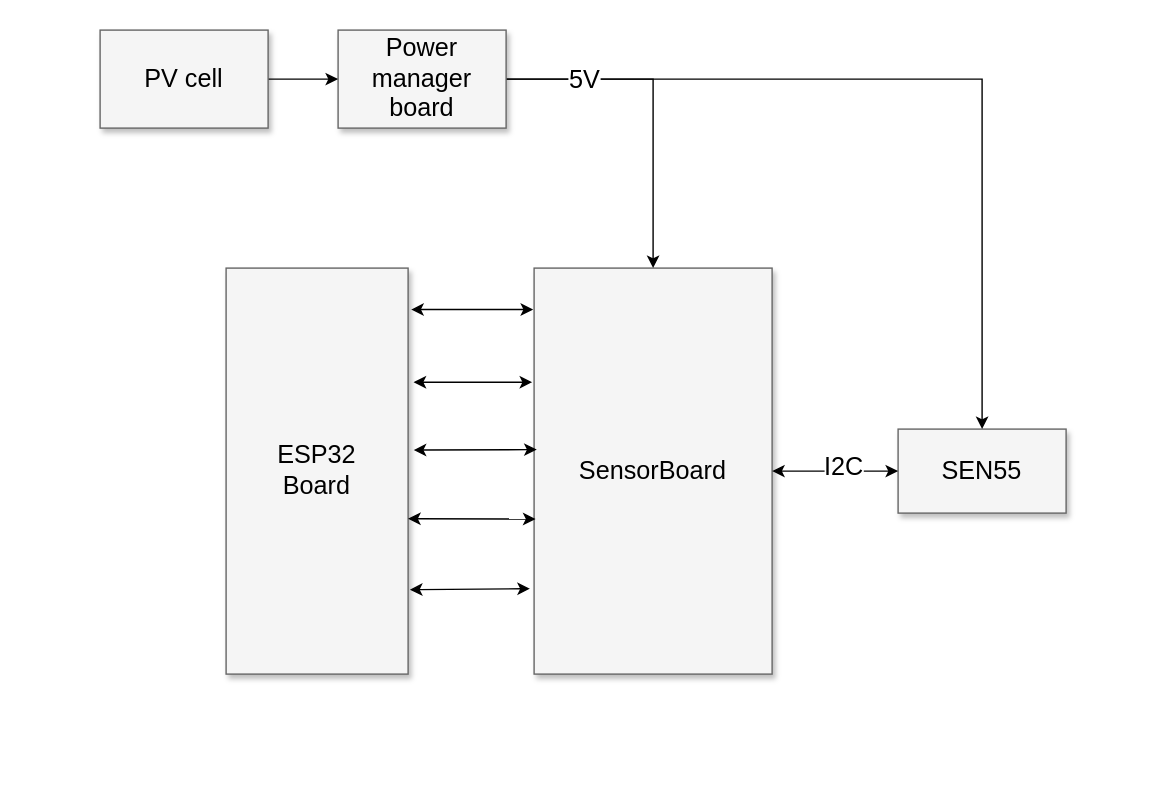
The draw.io diagram blokschema.drawio in JokerIsMyBae/AirQualityHoboken, before the edit. Source tidied: cells renumbered, new cells numbered last; positions are measured from the earlier drawing's top-left corner, leaving out a move shared by most shapes. Both pictures are drawn from the tidied source at 140%, with x=0, y=0 at pixel (99, 29).
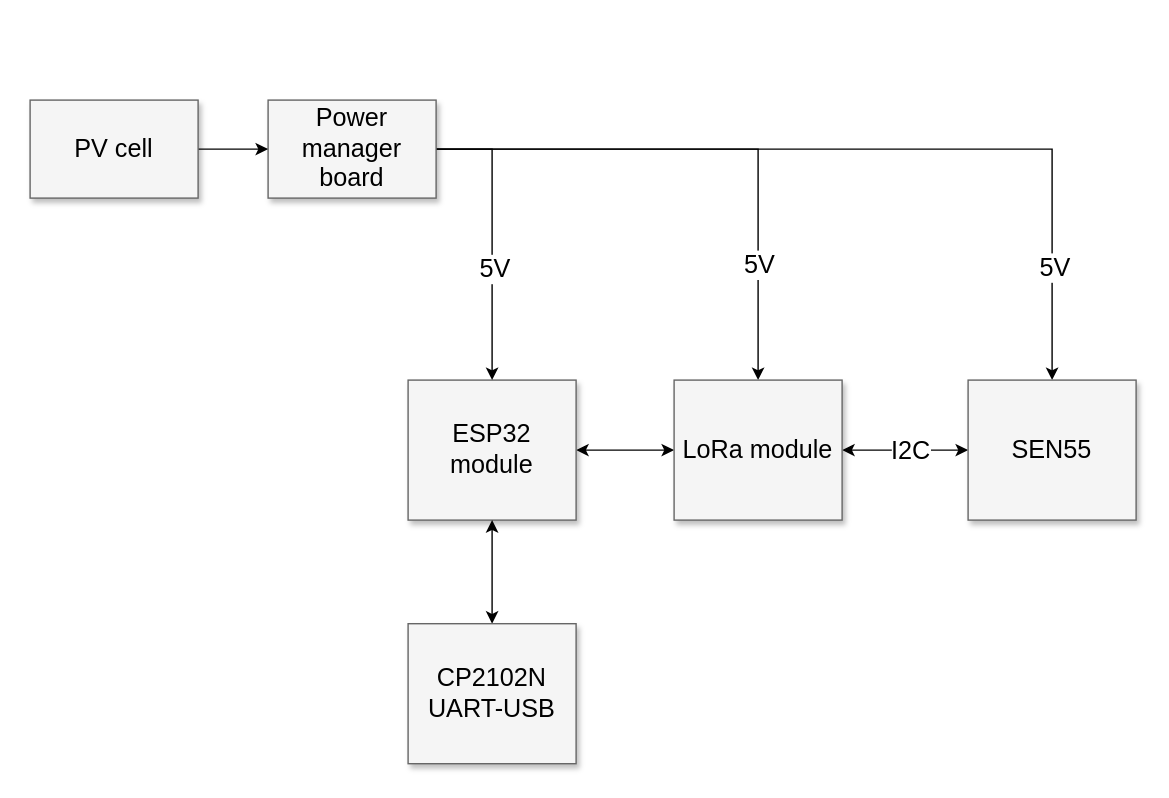
The same page after the edit.

Unchanged cells that the change refers to:
```xml
<mxCell id="13" style="edgeStyle=orthogonalEdgeStyle;rounded=0;jettySize=auto;html=1;entryX=0.5;entryY=0;entryDx=0;entryDy=0;" parent="1" edge="1" source="15" target="3">
  <mxGeometry relative="1" as="geometry" />
</mxCell>
```

Change to the diagram source:
```diff
@@
-    <mxCell id="2" value="SensorBoard" style="whiteSpace=wrap;html=1;shadow=1;fontSize=18;fillColor=#f5f5f5;strokeColor=#666666;" parent="1" vertex="1">
-      <mxGeometry x="310" y="170" width="170" height="290" as="geometry" />
-    </mxCell>
-    <mxCell id="3" value="&lt;span&gt;SEN55&lt;/span&gt;" style="whiteSpace=wrap;html=1;shadow=1;fontSize=18;fillColor=#f5f5f5;strokeColor=#666666;" parent="1" vertex="1">
-      <mxGeometry x="570" y="285" width="120" height="60" as="geometry" />
-    </mxCell>
+    <mxCell id="18" style="edgeStyle=orthogonalEdgeStyle;rounded=0;jettySize=auto;html=1;startArrow=classic;startFill=1;" parent="1" edge="1" source="4" target="22">
+      <mxGeometry relative="1" as="geometry" />
+    </mxCell>
-    <mxCell id="4" value="ESP32&lt;br&gt;Board" style="whiteSpace=wrap;html=1;shadow=1;fontSize=18;fillColor=#f5f5f5;strokeColor=#666666;" parent="1" vertex="1">
-      <mxGeometry x="90" y="170" width="130" height="290" as="geometry" />
+    <mxCell id="4" value="ESP32&lt;br&gt;module" style="whiteSpace=wrap;html=1;shadow=1;fontSize=18;fillColor=#f5f5f5;strokeColor=#666666;" parent="1" vertex="1">
+      <mxGeometry x="220" y="250" width="120" height="100" as="geometry" />
     </mxCell>
-    <mxCell id="5" style="endArrow=classic;html=1;rounded=0;fontSize=26;exitX=1.017;exitY=0.102;exitDx=0;exitDy=0;exitPerimeter=0;entryX=-0.004;entryY=0.102;entryDx=0;entryDy=0;entryPerimeter=0;startArrow=classic;startFill=1;" parent="1" edge="1" source="4" target="2">
-      <mxGeometry relative="1" as="geometry" />
-    </mxCell>
-    <mxCell id="6" style="endArrow=classic;html=1;rounded=0;fontSize=26;exitX=1.03;exitY=0.281;exitDx=0;exitDy=0;exitPerimeter=0;entryX=-0.008;entryY=0.281;entryDx=0;entryDy=0;entryPerimeter=0;startArrow=classic;startFill=1;" parent="1" edge="1" source="4" target="2">
-      <mxGeometry relative="1" as="geometry" />
-    </mxCell>
-    <mxCell id="7" style="endArrow=classic;html=1;rounded=0;fontSize=26;entryX=0.011;entryY=0.447;entryDx=0;entryDy=0;entryPerimeter=0;startArrow=classic;startFill=1;" parent="1" edge="1" target="2">
-      <mxGeometry relative="1" as="geometry">
-        <mxPoint x="224" y="300" as="sourcePoint" />
-      </mxGeometry>
-    </mxCell>
-    <mxCell id="8" style="endArrow=classic;html=1;rounded=0;fontSize=26;entryX=0.006;entryY=0.618;entryDx=0;entryDy=0;entryPerimeter=0;startArrow=classic;startFill=1;" parent="1" edge="1" target="2">
-      <mxGeometry relative="1" as="geometry">
-        <mxPoint x="220" y="349" as="sourcePoint" />
-      </mxGeometry>
-    </mxCell>
-    <mxCell id="9" style="endArrow=classic;html=1;rounded=0;fontSize=26;exitX=1.01;exitY=0.792;exitDx=0;exitDy=0;exitPerimeter=0;startArrow=classic;startFill=1;" parent="1" edge="1" source="4">
-      <mxGeometry relative="1" as="geometry">
-        <mxPoint x="307" y="399" as="targetPoint" />
-      </mxGeometry>
-    </mxCell>
-    <mxCell id="10" style="endArrow=classic;startArrow=classic;html=1;rounded=0;entryX=0;entryY=0.5;entryDx=0;entryDy=0;exitX=1;exitY=0.5;exitDx=0;exitDy=0;" parent="1" edge="1" source="2" target="3">
-      <mxGeometry relative="1" as="geometry" />
+    <mxCell id="10" style="endArrow=classic;startArrow=classic;html=1;rounded=0;entryX=0;entryY=0.5;entryDx=0;entryDy=0;exitX=1;exitY=0.5;exitDx=0;exitDy=0;" parent="1" edge="1" source="22">
+      <mxGeometry relative="1" as="geometry">
+        <mxPoint x="620" y="300" as="targetPoint" />
+      </mxGeometry>
     </mxCell>
     <mxCell id="11" value="I2C" style="edgeLabel;html=1;align=center;verticalAlign=middle;fontSize=18;" parent="10" vertex="1">
       <mxGeometry x="-0.21" y="4" relative="1" as="geometry">
-        <mxPoint x="14" as="offset" />
+        <mxPoint x="12" y="4" as="offset" />
       </mxGeometry>
     </mxCell>
-    <mxCell id="12" style="edgeStyle=orthogonalEdgeStyle;rounded=0;jettySize=auto;html=1;entryX=0.5;entryY=0;entryDx=0;entryDy=0;" parent="1" edge="1" source="15" target="2">
+    <mxCell id="12" style="edgeStyle=orthogonalEdgeStyle;rounded=0;jettySize=auto;html=1;entryX=0.5;entryY=0;entryDx=0;entryDy=0;" parent="1" edge="1" source="15" target="4">
       <mxGeometry relative="1" as="geometry">
         <Array as="points">
-          <mxPoint x="395" y="35" />
+          <mxPoint x="280" y="240" />
+          <mxPoint x="280" y="240" />
         </Array>
       </mxGeometry>
     </mxCell>
@@
     <mxCell id="14" value="&lt;font style=&quot;font-size: 18px;&quot;&gt;5V&lt;/font&gt;" style="edgeLabel;html=1;align=center;verticalAlign=middle;rotation=0;" parent="13" vertex="1">
       <mxGeometry x="-0.31" y="-1" relative="1" as="geometry">
-        <mxPoint x="-149" y="-1" as="offset" />
+        <mxPoint x="-168" y="84" as="offset" />
       </mxGeometry>
     </mxCell>
+    <mxCell id="19" value="&lt;font style=&quot;font-size: 18px;&quot;&gt;5V&lt;/font&gt;" style="edgeLabel;html=1;align=center;verticalAlign=middle;" parent="13" vertex="1">
+      <mxGeometry x="0.59" y="1" relative="1" as="geometry">
+        <mxPoint y="43" as="offset" />
+      </mxGeometry>
+    </mxCell>
+    <mxCell id="20" style="edgeStyle=orthogonalEdgeStyle;rounded=0;jettySize=auto;html=1;entryX=0.5;entryY=0;entryDx=0;entryDy=0;" parent="1" edge="1" source="15" target="22">
+      <mxGeometry relative="1" as="geometry" />
+    </mxCell>
+    <mxCell id="21" value="&lt;font style=&quot;font-size: 18px;&quot;&gt;5V&lt;/font&gt;" style="edgeLabel;html=1;align=center;verticalAlign=middle;" parent="20" vertex="1">
+      <mxGeometry x="0.47" y="-1" relative="1" as="geometry">
+        <mxPoint x="1" y="22" as="offset" />
+      </mxGeometry>
+    </mxCell>
     <mxCell id="15" value="&lt;span&gt;Power manager board&lt;/span&gt;" style="whiteSpace=wrap;html=1;shadow=1;fontSize=18;fillColor=#f5f5f5;strokeColor=#666666;" parent="1" vertex="1">
-      <mxGeometry x="170" width="120" height="70" as="geometry" />
+      <mxGeometry x="120" y="50" width="120" height="70" as="geometry" />
     </mxCell>
@@
     <mxCell id="17" value="&lt;span&gt;PV cell&lt;/span&gt;" style="whiteSpace=wrap;html=1;shadow=1;fontSize=18;fillColor=#f5f5f5;strokeColor=#666666;" parent="1" vertex="1">
-      <mxGeometry width="120" height="70" as="geometry" />
+      <mxGeometry x="-50" y="50" width="120" height="70" as="geometry" />
     </mxCell>
+    <mxCell id="22" value="LoRa module" style="whiteSpace=wrap;html=1;shadow=1;fontSize=18;fillColor=#f5f5f5;strokeColor=#666666;" parent="1" vertex="1">
+      <mxGeometry x="410" y="250" width="120" height="100" as="geometry" />
+    </mxCell>
+    <mxCell id="23" style="edgeStyle=orthogonalEdgeStyle;rounded=0;jettySize=auto;html=1;startArrow=classic;startFill=1;" parent="1" edge="1" source="24" target="4">
+      <mxGeometry relative="1" as="geometry" />
+    </mxCell>
+    <mxCell id="24" value="CP2102N&lt;br&gt;UART-USB" style="whiteSpace=wrap;html=1;shadow=1;fontSize=18;fillColor=#f5f5f5;strokeColor=#666666;" parent="1" vertex="1">
+      <mxGeometry x="220" y="424" width="120" height="100" as="geometry" />
+    </mxCell>
+    <mxCell id="3" value="SEN55" style="whiteSpace=wrap;html=1;shadow=1;fontSize=18;fillColor=#f5f5f5;strokeColor=#666666;" parent="1" vertex="1">
+      <mxGeometry x="620" y="250" width="120" height="100" as="geometry" />
+    </mxCell>
```
